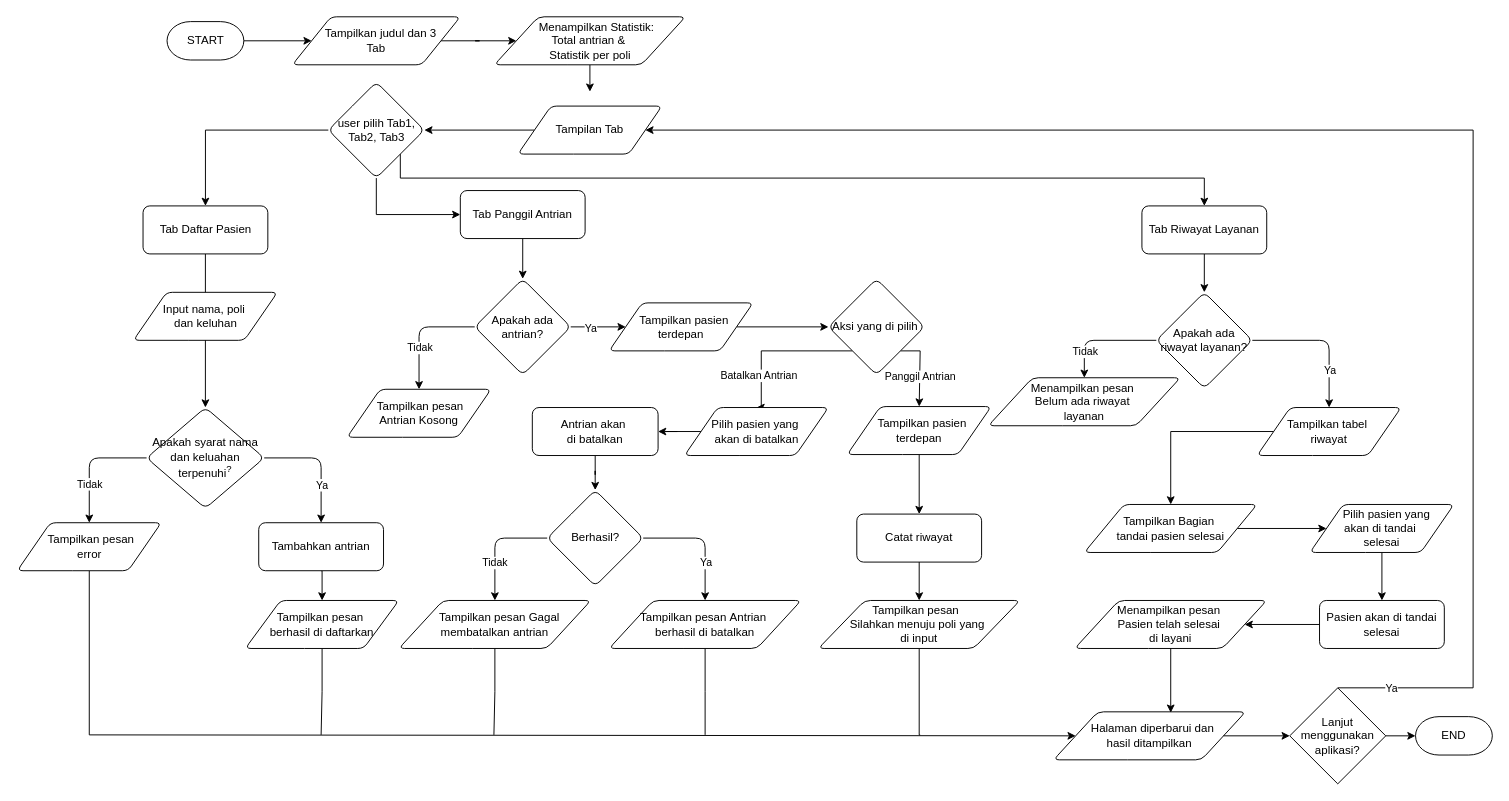
This is Flowchart app.drawio from Zaynn-SSS/Flowchart-Project-DASPRO, a draw.io file, before an edit. Source tidied: cells renumbered, new cells numbered last; positions are measured from the earlier drawing's top-left corner, leaving out a move shared by most shapes. Both pictures are drawn from the tidied source at 96%, with x=0, y=0 at pixel (17, 16).
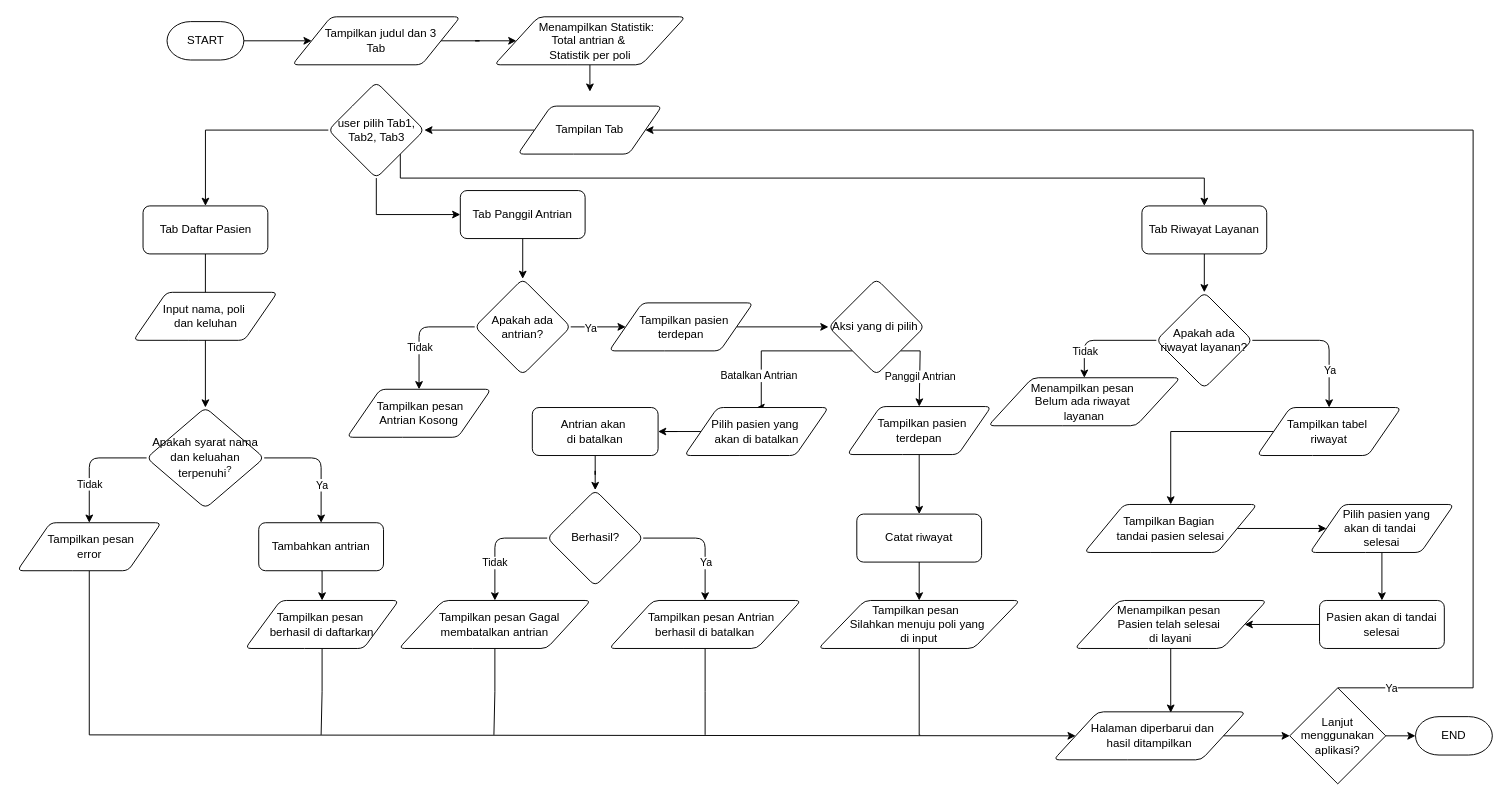
The same page after the edit.

Change to the diagram source:
```diff
@@
-    <mxCell id="61" value="Tampilkan pesan&amp;nbsp;&lt;span style=&quot;background-color: transparent; color: light-dark(#000000, var(--ge-light-color, #ffffff));&quot;&gt;Antrian&amp;nbsp;&lt;/span&gt;&lt;div&gt;&lt;span style=&quot;background-color: transparent; color: light-dark(#000000, var(--ge-light-color, #ffffff));&quot;&gt;berhasil di&amp;nbsp;&lt;/span&gt;&lt;span style=&quot;background-color: transparent; color: light-dark(#000000, var(--ge-light-color, #ffffff));&quot;&gt;batalkan&lt;/span&gt;&lt;/div&gt;" style="shape=parallelogram;html=1;strokeWidth=1;perimeter=parallelogramPerimeter;whiteSpace=wrap;rounded=1;arcSize=12;size=0.23;" parent="1" vertex="1">
+    <mxCell id="61" value="&amp;nbsp; &amp;nbsp; &amp;nbsp;Tampilkan pesan&amp;nbsp;&lt;span style=&quot;background-color: transparent; color: light-dark(#000000, var(--ge-light-color, #ffffff));&quot;&gt;Antrian&amp;nbsp;&lt;/span&gt;&lt;div&gt;&lt;span style=&quot;background-color: transparent; color: light-dark(#000000, var(--ge-light-color, #ffffff));&quot;&gt;berhasil di&amp;nbsp;&lt;/span&gt;&lt;span style=&quot;background-color: transparent; color: light-dark(#000000, var(--ge-light-color, #ffffff));&quot;&gt;batalkan&lt;/span&gt;&lt;/div&gt;" style="shape=parallelogram;html=1;strokeWidth=1;perimeter=parallelogramPerimeter;whiteSpace=wrap;rounded=1;arcSize=12;size=0.23;" parent="1" vertex="1">
       <mxGeometry x="616" y="608" width="200" height="50" as="geometry" />
     </mxCell>
```
